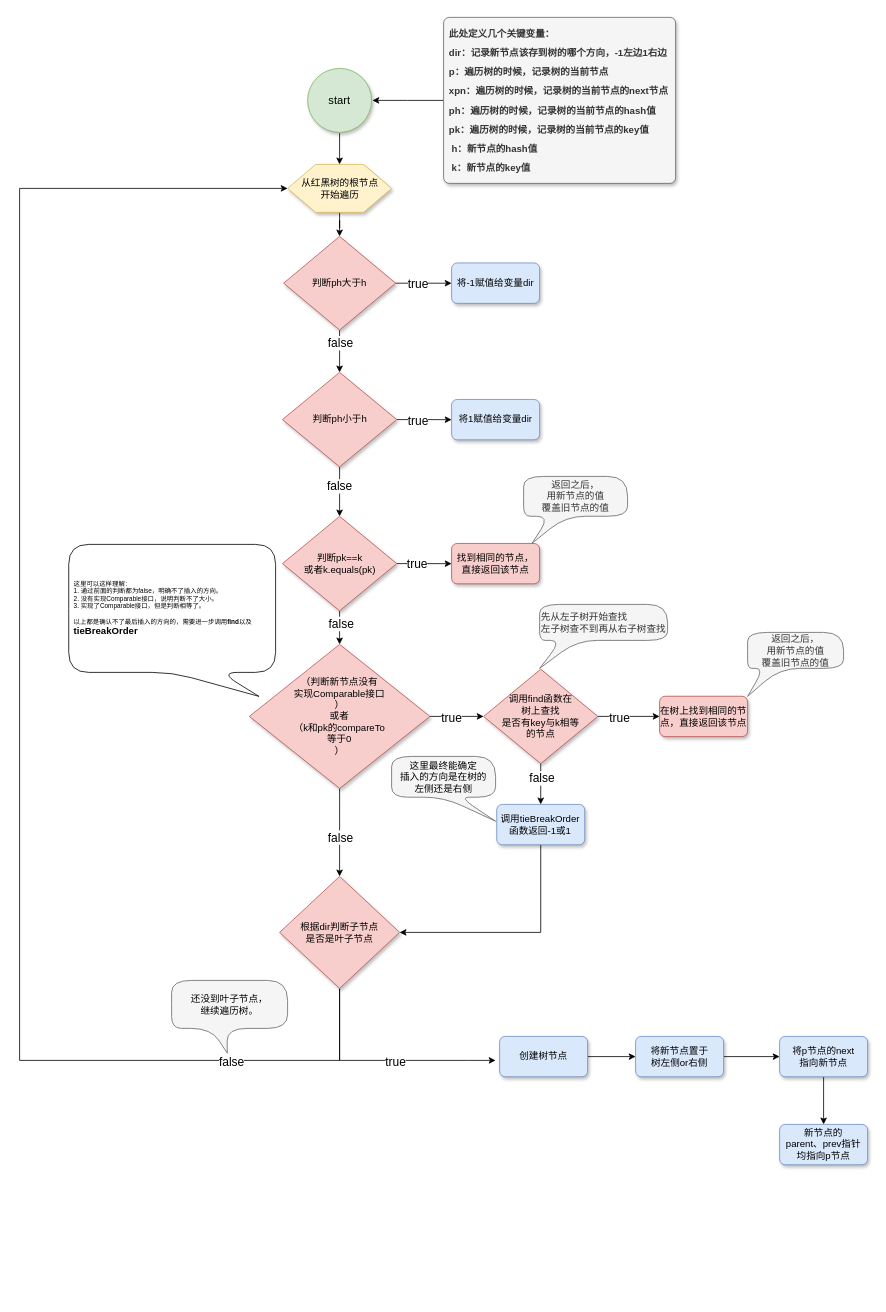
LDChing0321/JavaLearn keeps this draw.io diagram as page "以树的方式插入新节点" (1 of 2) of typora/JavaSE/6 集合/drawio/HashMap/红黑树的方式插入链表.drawio. Above is the earlier version. Source tidied: cells renumbered, new cells numbered last; positions are measured from the earlier drawing's top-left corner, leaving out a move shared by most shapes. Both pictures are drawn from the tidied source at 80%, with x=0, y=0 at pixel (19, 17).
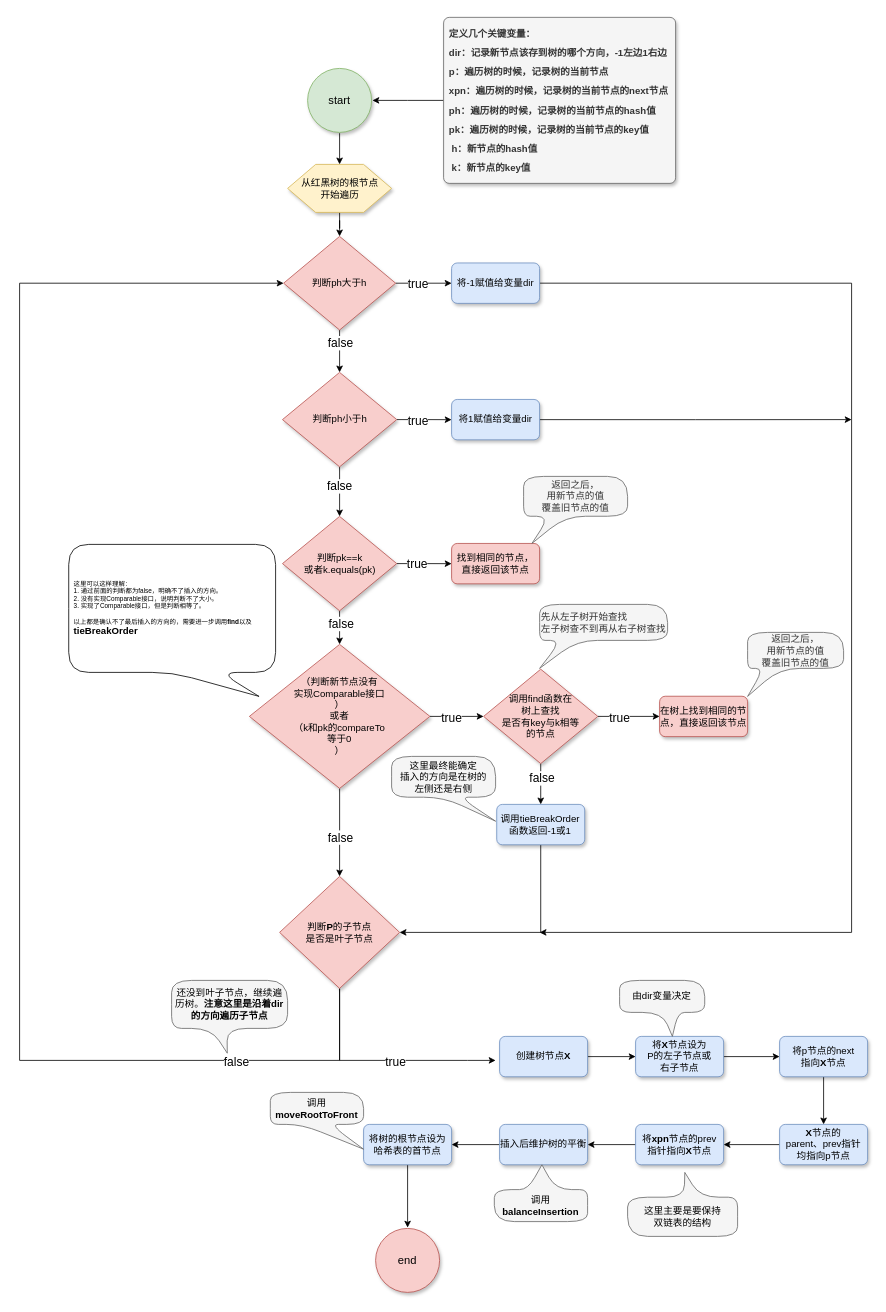
Above is the later version.

The change refers to these unchanged cells:
```xml
<mxCell id="5" value="从红黑树的根节点&lt;br&gt;开始遍历" style="verticalLabelPosition=middle;verticalAlign=middle;html=1;shape=hexagon;perimeter=hexagonPerimeter2;arcSize=6;size=0.27;shadow=1;labelBorderColor=none;fontSize=12;strokeColor=#d6b656;strokeWidth=1;labelPosition=center;align=center;fillColor=#fff2cc;" parent="1" vertex="1">
  <mxGeometry x="335" y="184" width="130" height="60" as="geometry" />
</mxCell>
<mxCell id="10" value="判断ph大于h" style="strokeWidth=1;html=1;shape=mxgraph.flowchart.decision;whiteSpace=wrap;fillColor=#f8cecc;strokeColor=#b85450;shadow=1;" parent="1" vertex="1">
  <mxGeometry x="330" y="274" width="140" height="117" as="geometry" />
</mxCell>
<mxCell id="18" value="将-1赋值给变量dir" style="rounded=1;whiteSpace=wrap;html=1;absoluteArcSize=1;arcSize=14;strokeWidth=1;fillColor=#dae8fc;strokeColor=#6c8ebf;shadow=1;" parent="1" vertex="1">
  <mxGeometry x="540" y="307.2" width="110" height="50.5" as="geometry" />
</mxCell>
<mxCell id="19" value="将1赋值给变量dir" style="rounded=1;whiteSpace=wrap;html=1;absoluteArcSize=1;arcSize=14;strokeWidth=1;fillColor=#dae8fc;strokeColor=#6c8ebf;shadow=1;" parent="1" vertex="1">
  <mxGeometry x="540" y="477.8" width="110" height="50.5" as="geometry" />
</mxCell>
```

Diff of the diagram source:
```diff
@@
-    <mxCell id="17" value="&lt;b style=&quot;line-height: 2&quot;&gt;&lt;span style=&quot;&quot;&gt; &lt;/span&gt;此处定义几个关键变量：&lt;br&gt;&lt;span style=&quot;&quot;&gt; &lt;/span&gt;dir：记录新节点该存到树的哪个方向，-1左边1右边&lt;br&gt;&lt;span style=&quot;&quot;&gt; p：遍历树的时候，记录树的当前节点&lt;br&gt;&lt;/span&gt;&lt;b style=&quot;line-height: 2;&quot;&gt;xpn：&lt;/b&gt;&lt;b style=&quot;line-height: 2;&quot;&gt;遍历树的时候，记录树的当前节点的next节点&lt;/b&gt;&lt;span style=&quot;&quot;&gt;&lt;br&gt; &lt;/span&gt;ph：遍历树的时候，记录树的当前节点的hash值&lt;br&gt;&lt;span style=&quot;&quot;&gt; &lt;/span&gt;pk：遍历树的时候，记录树的当前节点的key值&lt;br&gt;&amp;nbsp;h：新节点的hash值&lt;br&gt;&amp;nbsp;k：新节点的key值&lt;br&gt;&lt;/b&gt;" style="rounded=1;whiteSpace=wrap;html=1;absoluteArcSize=1;arcSize=14;strokeWidth=1;fillColor=#f5f5f5;strokeColor=#666666;shadow=1;fontColor=#333333;align=left;spacingTop=0;spacingRight=3;spacingLeft=5;" parent="1" vertex="1">
+    <mxCell id="17" value="&lt;b style=&quot;line-height: 2&quot;&gt;定义几个关键变量：&lt;br&gt;&lt;span style=&quot;&quot;&gt; &lt;/span&gt;dir：记录新节点该存到树的哪个方向，-1左边1右边&lt;br&gt;&lt;span style=&quot;&quot;&gt; p：遍历树的时候，记录树的当前节点&lt;br&gt;&lt;/span&gt;&lt;b style=&quot;line-height: 2;&quot;&gt;xpn：&lt;/b&gt;&lt;b style=&quot;line-height: 2;&quot;&gt;遍历树的时候，记录树的当前节点的next节点&lt;/b&gt;&lt;span style=&quot;&quot;&gt;&lt;br&gt; &lt;/span&gt;ph：遍历树的时候，记录树的当前节点的hash值&lt;br&gt;&lt;span style=&quot;&quot;&gt; &lt;/span&gt;pk：遍历树的时候，记录树的当前节点的key值&lt;br&gt;&amp;nbsp;h：新节点的hash值&lt;br&gt;&amp;nbsp;k：新节点的key值&lt;br&gt;&lt;/b&gt;" style="rounded=1;whiteSpace=wrap;html=1;absoluteArcSize=1;arcSize=14;strokeWidth=1;fillColor=#f5f5f5;strokeColor=#666666;shadow=1;fontColor=#333333;align=left;spacingTop=0;spacingRight=3;spacingLeft=5;" parent="1" vertex="1">
       <mxGeometry x="530" y="0.2" width="290" height="207.5" as="geometry" />
     </mxCell>
+    <mxCell id="57" style="edgeStyle=orthogonalEdgeStyle;rounded=0;jettySize=auto;html=1;exitX=1;exitY=0.5;exitDx=0;exitDy=0;" parent="1" edge="1" source="18">
+      <mxGeometry relative="1" as="geometry">
+        <mxPoint x="650" y="1144" as="targetPoint" />
+        <Array as="points">
+          <mxPoint x="1040" y="333" />
+          <mxPoint x="1040" y="1144" />
+        </Array>
+      </mxGeometry>
+    </mxCell>
@@
+    <mxCell id="58" style="edgeStyle=orthogonalEdgeStyle;rounded=0;jettySize=auto;html=1;exitX=1;exitY=0.5;exitDx=0;exitDy=0;" parent="1" edge="1" source="19">
+      <mxGeometry relative="1" as="geometry">
+        <mxPoint x="1040" y="503" as="targetPoint" />
+      </mxGeometry>
+    </mxCell>
@@
-    <mxCell id="43" style="edgeStyle=orthogonalEdgeStyle;rounded=0;jettySize=auto;html=1;exitX=0.5;exitY=1;exitDx=0;exitDy=0;exitPerimeter=0;entryX=0;entryY=0.5;entryDx=0;entryDy=0;" parent="1" edge="1" source="47" target="5">
+    <mxCell id="43" style="edgeStyle=orthogonalEdgeStyle;rounded=0;jettySize=auto;html=1;exitX=0.5;exitY=1;exitDx=0;exitDy=0;exitPerimeter=0;entryX=0;entryY=0.5;entryDx=0;entryDy=0;entryPerimeter=0;" parent="1" edge="1" source="47" target="10">
       <mxGeometry relative="1" as="geometry">
         <Array as="points">
           <mxPoint x="400" y="1304" />
           <mxPoint y="1304" />
-          <mxPoint y="214" />
+          <mxPoint y="333" />
         </Array>
       </mxGeometry>
     </mxCell>
@@
-    <mxCell id="47" value="根据dir判断子节点&lt;br&gt;是否是叶子节点" style="strokeWidth=1;html=1;shape=mxgraph.flowchart.decision;whiteSpace=wrap;fillColor=#f8cecc;strokeColor=#b85450;shadow=1;" parent="1" vertex="1">
+    <mxCell id="47" value="判断&lt;b&gt;P&lt;/b&gt;的子节点&lt;br&gt;是否是叶子节点" style="strokeWidth=1;html=1;shape=mxgraph.flowchart.decision;whiteSpace=wrap;fillColor=#f8cecc;strokeColor=#b85450;shadow=1;" parent="1" vertex="1">
       <mxGeometry x="325" y="1074" width="150" height="140" as="geometry" />
     </mxCell>
@@
-    <mxCell id="49" value="创建树节点" style="rounded=1;whiteSpace=wrap;html=1;absoluteArcSize=1;arcSize=14;strokeWidth=1;fillColor=#dae8fc;strokeColor=#6c8ebf;shadow=1;" parent="1" vertex="1">
+    <mxCell id="49" value="创建树节点&lt;b&gt;X&lt;/b&gt;" style="rounded=1;whiteSpace=wrap;html=1;absoluteArcSize=1;arcSize=14;strokeWidth=1;fillColor=#dae8fc;strokeColor=#6c8ebf;shadow=1;" parent="1" vertex="1">
       <mxGeometry x="600" y="1274" width="110" height="50.5" as="geometry" />
     </mxCell>
@@
-    <mxCell id="52" value="将新节点置于&lt;br&gt;树左侧or右侧" style="rounded=1;whiteSpace=wrap;html=1;absoluteArcSize=1;arcSize=14;strokeWidth=1;fillColor=#dae8fc;strokeColor=#6c8ebf;shadow=1;" parent="1" vertex="1">
+    <mxCell id="52" value="将&lt;b&gt;X&lt;/b&gt;节点设为&lt;br&gt;P的左子节点或&lt;br&gt;右子节点" style="rounded=1;whiteSpace=wrap;html=1;absoluteArcSize=1;arcSize=14;strokeWidth=1;fillColor=#dae8fc;strokeColor=#6c8ebf;shadow=1;" parent="1" vertex="1">
       <mxGeometry x="770" y="1274" width="110" height="50.5" as="geometry" />
     </mxCell>
@@
-    <mxCell id="54" value="将p节点的next&lt;br&gt;指向新节点" style="rounded=1;whiteSpace=wrap;html=1;absoluteArcSize=1;arcSize=14;strokeWidth=1;fillColor=#dae8fc;strokeColor=#6c8ebf;shadow=1;" parent="1" vertex="1">
+    <mxCell id="54" value="将p节点的next&lt;br&gt;指向&lt;b&gt;X&lt;/b&gt;节点" style="rounded=1;whiteSpace=wrap;html=1;absoluteArcSize=1;arcSize=14;strokeWidth=1;fillColor=#dae8fc;strokeColor=#6c8ebf;shadow=1;" parent="1" vertex="1">
       <mxGeometry x="950" y="1274" width="110" height="50.5" as="geometry" />
     </mxCell>
+    <mxCell id="59" style="edgeStyle=orthogonalEdgeStyle;rounded=0;jettySize=auto;html=1;" parent="1" edge="1" source="55" target="62">
+      <mxGeometry relative="1" as="geometry" />
+    </mxCell>
-    <mxCell id="55" value="新节点的&lt;br&gt;parent、prev指针&lt;br&gt;均指向p节点" style="rounded=1;whiteSpace=wrap;html=1;absoluteArcSize=1;arcSize=14;strokeWidth=1;fillColor=#dae8fc;strokeColor=#6c8ebf;shadow=1;" parent="1" vertex="1">
+    <mxCell id="55" value="&lt;b&gt;X&lt;/b&gt;节点的&lt;br&gt;parent、prev指针&lt;br&gt;均指向p节点" style="rounded=1;whiteSpace=wrap;html=1;absoluteArcSize=1;arcSize=14;strokeWidth=1;fillColor=#dae8fc;strokeColor=#6c8ebf;shadow=1;" parent="1" vertex="1">
       <mxGeometry x="950" y="1384" width="110" height="50.5" as="geometry" />
     </mxCell>
-    <mxCell id="56" value="&lt;font color=&quot;#000000&quot;&gt;还没到叶子节点，&lt;br&gt;继续遍历树。&lt;/font&gt;" style="shape=callout;whiteSpace=wrap;html=1;perimeter=calloutPerimeter;position2=0.48;fillColor=#f5f5f5;fontColor=#333333;strokeColor=#666666;rounded=1;size=31;position=0.34;arcSize=50;" parent="1" vertex="1">
+    <mxCell id="56" value="&lt;font color=&quot;#000000&quot;&gt;还没到叶子节点，继续遍历树。&lt;b&gt;注意这里是沿着dir的方向遍历子节点&lt;/b&gt;&lt;/font&gt;" style="shape=callout;whiteSpace=wrap;html=1;perimeter=calloutPerimeter;position2=0.48;fillColor=#f5f5f5;fontColor=#333333;strokeColor=#666666;rounded=1;size=31;position=0.34;arcSize=50;" parent="1" vertex="1">
       <mxGeometry x="190" y="1204" width="145" height="91" as="geometry" />
     </mxCell>
+    <mxCell id="60" value="&lt;font color=&quot;#000000&quot;&gt;由dir变量决定&lt;/font&gt;" style="shape=callout;whiteSpace=wrap;html=1;perimeter=calloutPerimeter;position2=0.62;fillColor=#f5f5f5;fontColor=#333333;strokeColor=#666666;rounded=1;arcSize=50;" parent="1" vertex="1">
+      <mxGeometry x="750" y="1204" width="106.4" height="70" as="geometry" />
+    </mxCell>
+    <mxCell id="61" style="edgeStyle=orthogonalEdgeStyle;rounded=0;jettySize=auto;html=1;" parent="1" edge="1" source="62" target="65">
+      <mxGeometry relative="1" as="geometry" />
+    </mxCell>
+    <mxCell id="62" value="将&lt;b&gt;xpn&lt;/b&gt;节点的prev&lt;br&gt;指针指向&lt;b&gt;X&lt;/b&gt;节点" style="rounded=1;whiteSpace=wrap;html=1;absoluteArcSize=1;arcSize=14;strokeWidth=1;fillColor=#dae8fc;strokeColor=#6c8ebf;shadow=1;" parent="1" vertex="1">
+      <mxGeometry x="770" y="1384" width="110" height="50.5" as="geometry" />
+    </mxCell>
+    <mxCell id="63" value="&lt;font color=&quot;#000000&quot;&gt;这里主要是要保持&lt;br&gt;双链表的结构&lt;/font&gt;" style="shape=callout;whiteSpace=wrap;html=1;perimeter=calloutPerimeter;position2=0.48;fillColor=#f5f5f5;fontColor=#333333;strokeColor=#666666;rounded=1;size=31;position=0.34;arcSize=50;direction=west;" parent="1" vertex="1">
+      <mxGeometry x="760" y="1444" width="137.5" height="80" as="geometry" />
+    </mxCell>
+    <mxCell id="64" style="edgeStyle=orthogonalEdgeStyle;rounded=0;jettySize=auto;html=1;" parent="1" edge="1" source="65" target="67">
+      <mxGeometry relative="1" as="geometry" />
+    </mxCell>
+    <mxCell id="65" value="插入后维护树的平衡" style="rounded=1;whiteSpace=wrap;html=1;absoluteArcSize=1;arcSize=14;strokeWidth=1;fillColor=#dae8fc;strokeColor=#6c8ebf;shadow=1;" parent="1" vertex="1">
+      <mxGeometry x="600" y="1384" width="110" height="50.5" as="geometry" />
+    </mxCell>
+    <mxCell id="66" style="edgeStyle=orthogonalEdgeStyle;rounded=0;jettySize=auto;html=1;" parent="1" edge="1" source="67" target="68">
+      <mxGeometry relative="1" as="geometry" />
+    </mxCell>
+    <mxCell id="67" value="将树的根节点设为&lt;br&gt;哈希表的首节点" style="rounded=1;whiteSpace=wrap;html=1;absoluteArcSize=1;arcSize=14;strokeWidth=1;fillColor=#dae8fc;strokeColor=#6c8ebf;shadow=1;" parent="1" vertex="1">
+      <mxGeometry x="430" y="1384" width="110" height="50.5" as="geometry" />
+    </mxCell>
+    <mxCell id="68" value="end" style="strokeWidth=1;html=1;shape=mxgraph.flowchart.start_2;whiteSpace=wrap;labelBorderColor=none;strokeColor=#b85450;perimeterSpacing=1;fillColor=#f8cecc;shadow=1;fontSize=14;" parent="1" vertex="1">
+      <mxGeometry x="445" y="1514" width="80" height="80" as="geometry" />
+    </mxCell>
+    <mxCell id="69" value="&lt;font color=&quot;#000000&quot;&gt;调用&lt;b&gt;moveRootToFront&lt;/b&gt;&lt;/font&gt;" style="shape=callout;whiteSpace=wrap;html=1;perimeter=calloutPerimeter;position2=1;fillColor=#f5f5f5;fontColor=#333333;strokeColor=#666666;rounded=1;size=31;position=0.34;direction=east;arcSize=50;base=35;" parent="1" vertex="1">
+      <mxGeometry x="313.4" y="1344" width="116.6" height="71" as="geometry" />
+    </mxCell>
+    <mxCell id="70" value="&lt;font color=&quot;#000000&quot;&gt;调用&lt;b&gt;balanceInsertion&lt;/b&gt;&lt;/font&gt;" style="shape=callout;whiteSpace=wrap;html=1;perimeter=calloutPerimeter;position2=0.49;fillColor=#f5f5f5;fontColor=#333333;strokeColor=#666666;rounded=1;size=31;position=0.34;direction=west;arcSize=50;base=35;" parent="1" vertex="1">
+      <mxGeometry x="593.4" y="1434.5" width="116.6" height="71" as="geometry" />
+    </mxCell>
```
